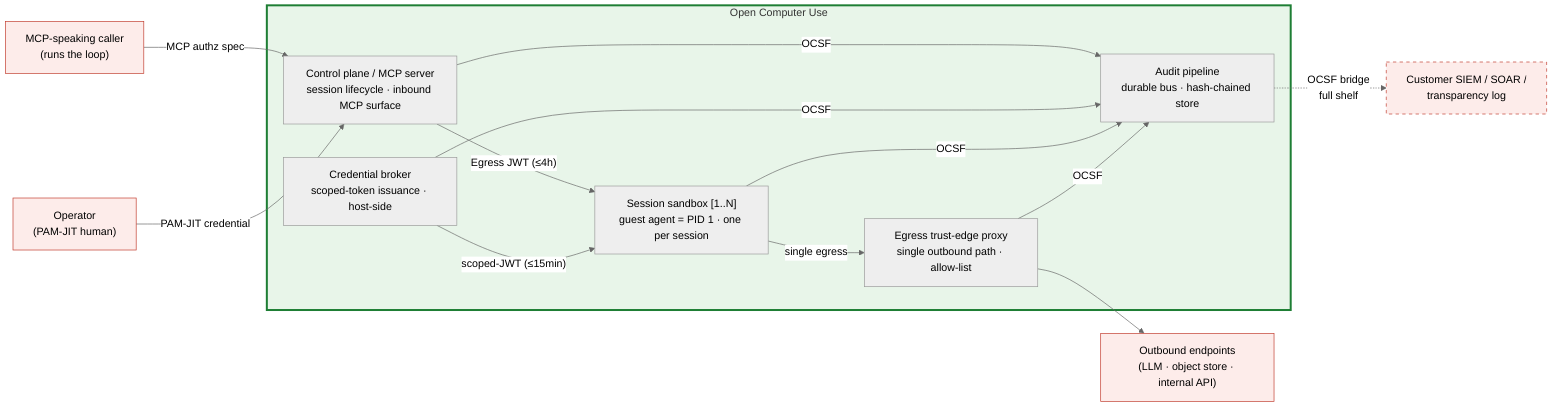
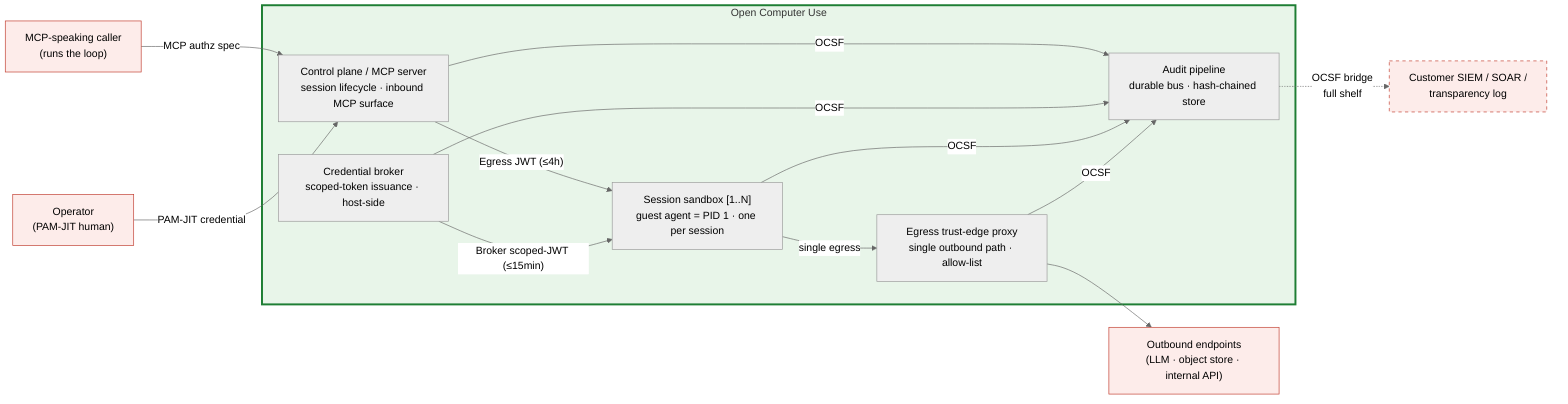
%% SPDX-License-Identifier: FSL-1.1-Apache-2.0
%% Copyright (c) 2025 Open Computer Use Contributors
%% Canonical Layer 6 (C4 Container) diagram. Referenced from docs/architecture/05-c4-container.md.
- %% Role names only — no technology names (per CLAUDE.md Diagrams). Tech choice lands in component specs (Layer 10).
- %% Convention: solid border = present on the minimal-capability shelf; dashed border = full-shelf-only / optional.
+ %% Role names only — no technology names (per CLAUDE.md Diagrams). Tech choice lands in component specs under components/.
+ %% Convention: solid = container present (all five exist on both shelves; substrate differs — see 05-c4-container.md §5). Dashed = optional external sink.
%% Palette (project convention): red untrusted / green trusted. Amber/blue trust-zone shading is Layer 3 only.

%%{init: {"theme": "neutral"} }%%
flowchart LR

    %% ─── external (drawn for orientation; contracts in 03-c4-context.md §4) ───
    PEER["MCP-speaking caller<br/>(runs the loop)"]:::ext
    OPER["Operator<br/>(PAM-JIT human)"]:::ext
    UPSTREAM["Outbound endpoints<br/>(LLM · object store · internal API)"]:::ext
    SINK["Customer SIEM / SOAR /<br/>transparency log"]:::extOpt

    %% ─── containers inside the system under design ───
    subgraph OCU["Open Computer Use"]
        CP["Control plane / MCP server<br/>session lifecycle · inbound MCP surface"]
        BR["Credential broker<br/>scoped-token issuance · host-side"]
        VM["Session sandbox [1..N]<br/>guest agent = PID 1 · one per session"]
        EDGE["Egress trust-edge proxy<br/>single outbound path · allow-list"]
        AUD["Audit pipeline<br/>durable bus · hash-chained store"]
    end

    %% ─── edges (token classes per 02-trust-boundaries.md §8) ───
    PEER -->|"MCP authz spec"| CP
    OPER -->|"PAM-JIT credential"| CP
    CP -->|"Egress JWT (≤4h)"| VM
-     BR -->|"scoped-JWT (≤15min)"| VM
+     BR -->|"Broker scoped-JWT (≤15min)"| VM
    VM -->|"single egress"| EDGE
    EDGE --> UPSTREAM
    CP -->|OCSF| AUD
    BR -->|OCSF| AUD
    VM -->|OCSF| AUD
    EDGE -->|OCSF| AUD
    AUD -.->|"OCSF bridge<br/>full shelf"| SINK

    %% ─── styling (project palette) ───
    classDef ext fill:#fdecea,stroke:#c0392b,stroke-width:1px;
    classDef extOpt fill:#fdecea,stroke:#c0392b,stroke-dasharray: 5 5;
    style OCU fill:#e8f5e9,stroke:#1e7e34,stroke-width:3px;
